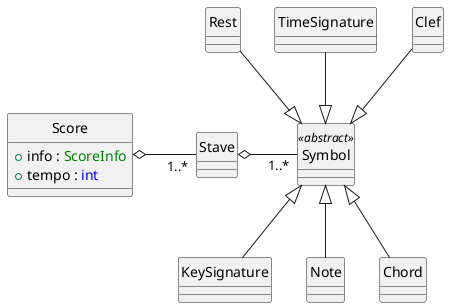
Earlier version of the PlantUML export doc/stave_class.png (TheRetikGM/bp).
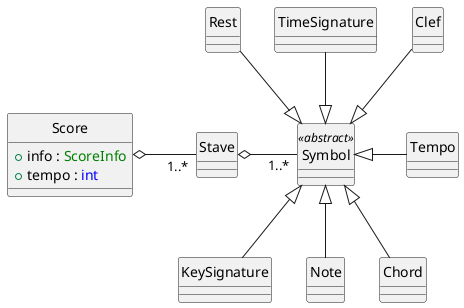
After the commit.

Commit message:
docs: Add the stave class diagram

Diff of the diagram source:
```diff
@@ -18,5 +18,6 @@
 Rest -down-|> Symbol
 TimeSignature -down-|> Symbol
 Clef -down-|> Symbol
+Tempo -left-|> Symbol : "     "
 
 @enduml
```
